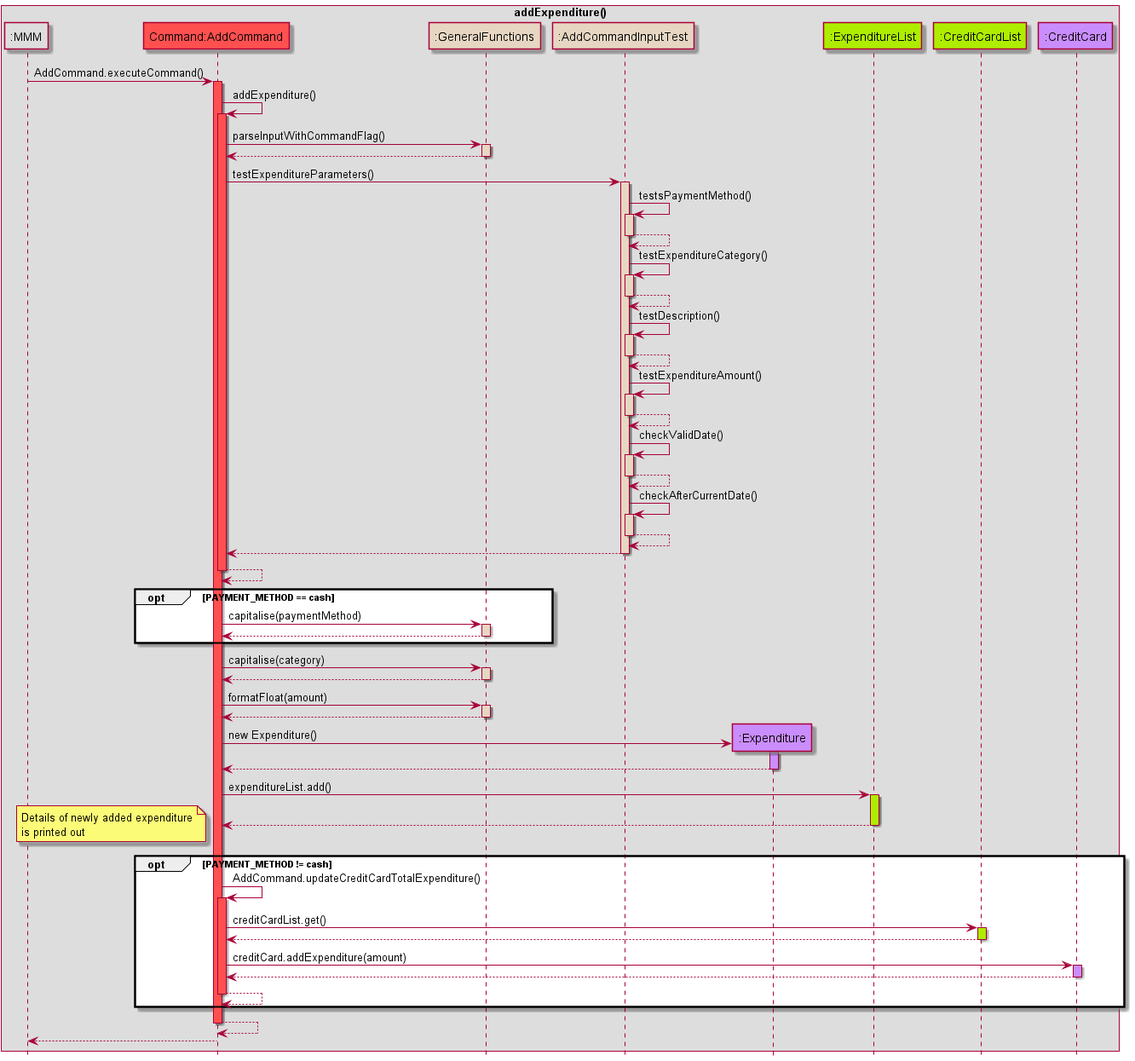
nus-cs2113-AY2122S2/tp keeps this PlantUML diagram as docs/images/Add_Expenditure_Command_Sequence_Diagram.png. Above is the earlier version.
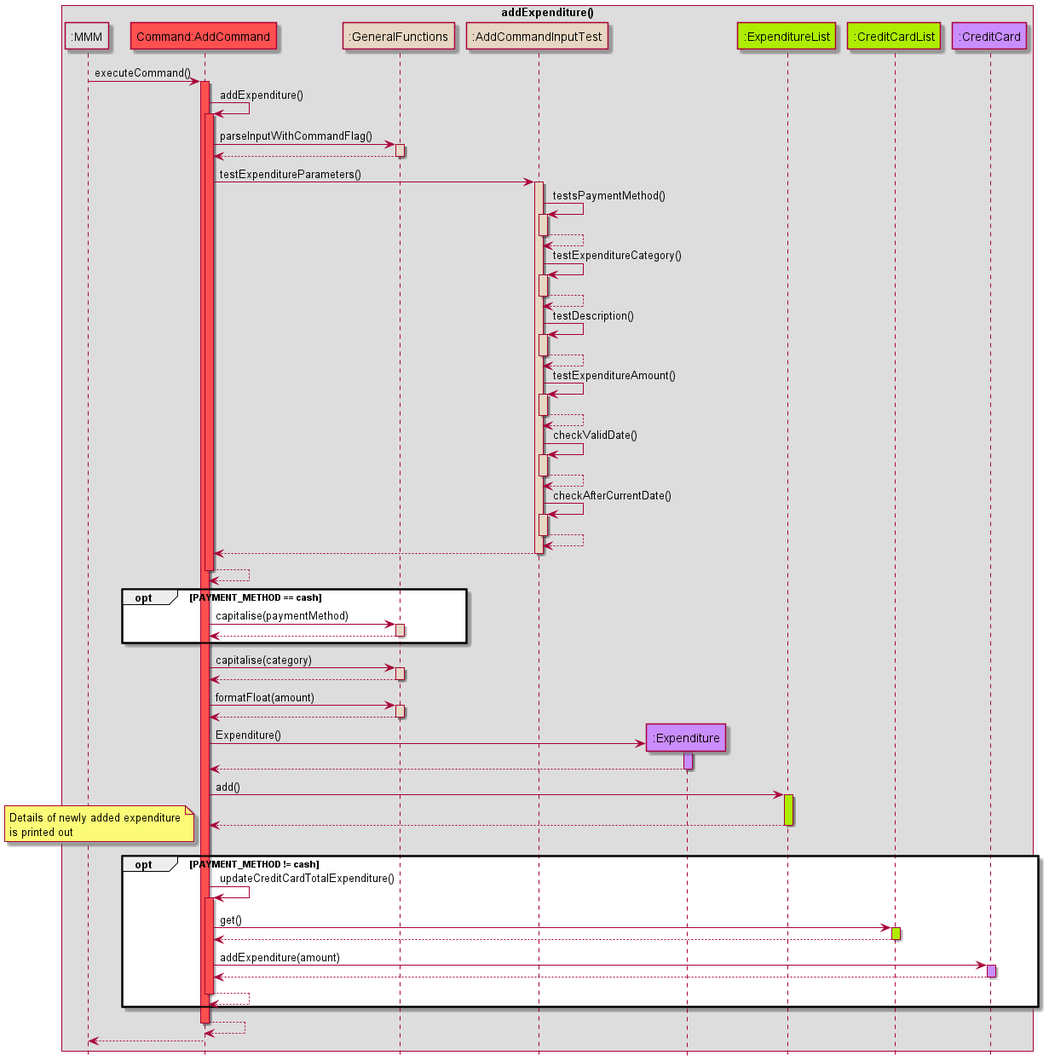
Above is the later version.

Commit message:
Update sequence diagram to conform to UML standards

Diff of the diagram source:
```diff
@@ -13,7 +13,7 @@
 end box
 hide footbox
 
-MMM -> AddCommand: AddCommand.executeCommand()
+MMM -> AddCommand: executeCommand()
 activate AddCommand COMMANDS_COLOUR
 
 AddCommand -> AddCommand: addExpenditure()
@@ -81,12 +81,12 @@
 deactivate GeneralFunctions
 
 create Expenditure
-AddCommand -> Expenditure: new Expenditure()
+AddCommand -> Expenditure: Expenditure()
 activate Expenditure USERFINANCIAL_COLOUR
 Expenditure --> AddCommand
 deactivate Expenditure
 
-AddCommand -> ExpenditureList: expenditureList.add()
+AddCommand -> ExpenditureList: add()
 activate ExpenditureList DATA_COLOUR
 ExpenditureList --> AddCommand
 deactivate ExpenditureList
@@ -98,14 +98,14 @@
 
 opt PAYMENT_METHOD != cash
 
-AddCommand -> AddCommand: AddCommand.updateCreditCardTotalExpenditure()
+AddCommand -> AddCommand: updateCreditCardTotalExpenditure()
 activate AddCommand COMMANDS_COLOUR
-AddCommand -> CreditCardList: creditCardList.get()
+AddCommand -> CreditCardList: get()
 activate CreditCardList DATA_COLOUR
 CreditCardList --> AddCommand
 deactivate CreditCardList
 
-AddCommand -> CreditCard: creditCard.addExpenditure(amount)
+AddCommand -> CreditCard: addExpenditure(amount)
 activate CreditCard USERFINANCIAL_COLOUR
 CreditCard --> AddCommand
 deactivate CreditCard
```
